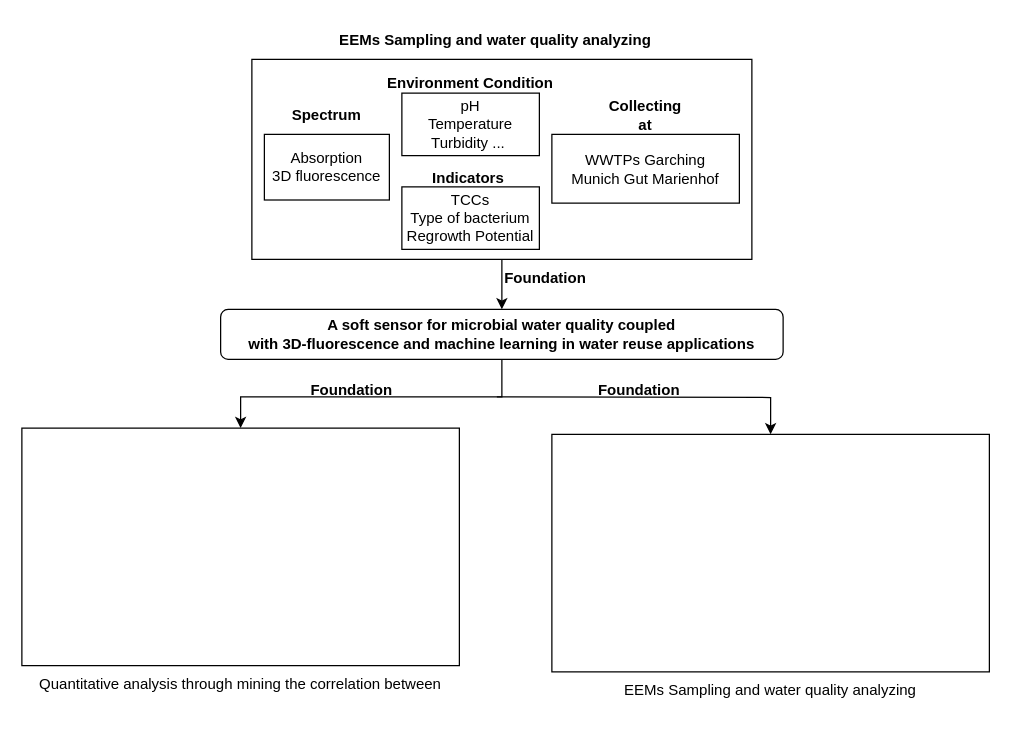
Before: research proposal/research outline.drawio in chbambooshoot/digram, a draw.io diagram. Source tidied: cells renumbered, new cells numbered last; positions are measured from the earlier drawing's top-left corner, leaving out a move shared by most shapes. Both pictures are drawn from the tidied source at 125%, with x=0, y=0 at pixel (21, 21).
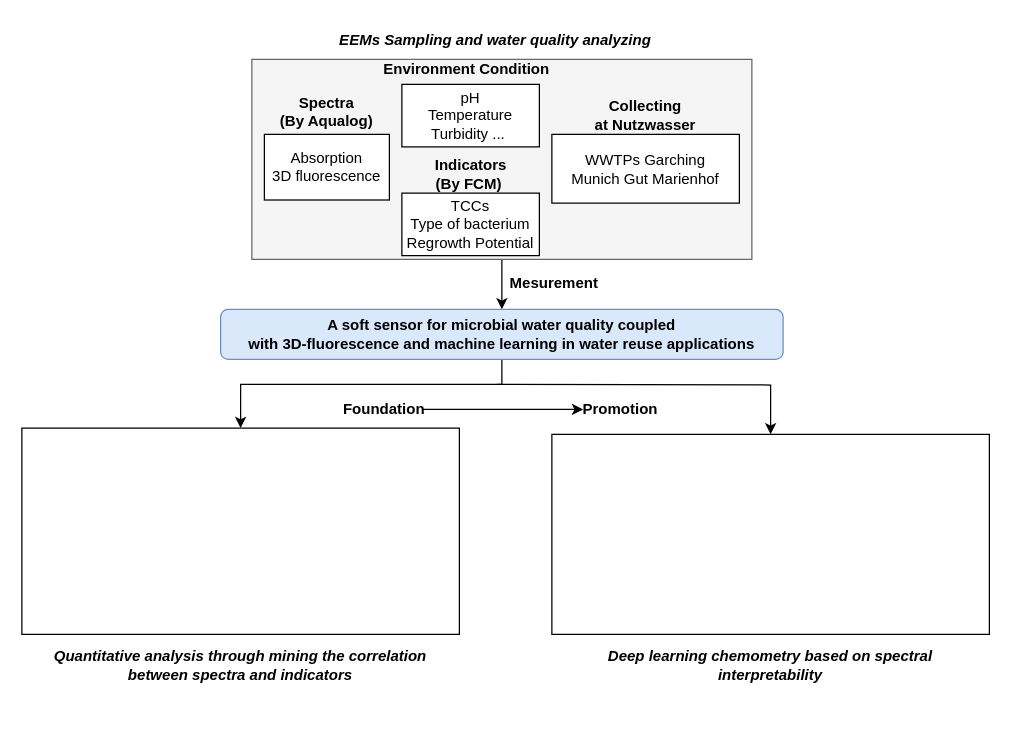
The same diagram, later.

Diff of the diagram source:
```diff
@@
-    <mxCell id="3" style="rounded=0;whiteSpace=wrap;html=1;" parent="1" vertex="1">
+    <mxCell id="3" style="rounded=0;whiteSpace=wrap;html=1;fillColor=#f5f5f5;fontColor=#333333;strokeColor=#666666;" parent="1" vertex="1">
       <mxGeometry x="184" y="30" width="400" height="160" as="geometry" />
     </mxCell>
@@
     <mxCell id="5" value="pH&lt;br&gt;Temperature&lt;br&gt;Turbidity ...&amp;nbsp;" style="rounded=0;whiteSpace=wrap;html=1;" parent="1" vertex="1">
-      <mxGeometry x="304" y="57" width="110" height="50" as="geometry" />
+      <mxGeometry x="304" y="50" width="110" height="50" as="geometry" />
     </mxCell>
@@
     <mxCell id="7" style="rounded=0;whiteSpace=wrap;html=1;" parent="1" vertex="1">
-      <mxGeometry y="325" width="350" height="190" as="geometry" />
+      <mxGeometry y="325" width="350" height="165" as="geometry" />
     </mxCell>
     <mxCell id="8" style="rounded=0;whiteSpace=wrap;html=1;" parent="1" vertex="1">
-      <mxGeometry x="424" y="330" width="350" height="190" as="geometry" />
+      <mxGeometry x="424" y="330" width="350" height="160" as="geometry" />
     </mxCell>
-    <mxCell id="9" value="Spectrum" style="text;html=1;strokeColor=none;fillColor=none;align=center;verticalAlign=middle;whiteSpace=wrap;rounded=0;fontStyle=1;" parent="1" vertex="1">
-      <mxGeometry x="214" y="60" width="60" height="30" as="geometry" />
+    <mxCell id="9" value="Spectra&lt;br&gt;(By Aqualog)&lt;br&gt;" style="text;html=1;strokeColor=none;fillColor=none;align=center;verticalAlign=middle;whiteSpace=wrap;rounded=0;fontStyle=1;" parent="1" vertex="1">
+      <mxGeometry x="204" y="57" width="80" height="30" as="geometry" />
     </mxCell>
-    <mxCell id="10" value="Indicators&amp;nbsp;" style="text;html=1;strokeColor=none;fillColor=none;align=center;verticalAlign=middle;whiteSpace=wrap;rounded=0;fontStyle=1;" parent="1" vertex="1">
-      <mxGeometry x="329" y="110" width="60" height="30" as="geometry" />
+    <mxCell id="10" value="Indicators&lt;br&gt;(By FCM)&amp;nbsp;" style="text;html=1;strokeColor=none;fillColor=none;align=center;verticalAlign=middle;whiteSpace=wrap;rounded=0;fontStyle=1;" parent="1" vertex="1">
+      <mxGeometry x="303.5" y="107" width="111" height="30" as="geometry" />
     </mxCell>
-    <mxCell id="11" value="EEMs&amp;nbsp;Sampling and water quality analyzing" style="text;html=1;strokeColor=none;fillColor=none;align=center;verticalAlign=middle;whiteSpace=wrap;rounded=0;fontStyle=1;" parent="1" vertex="1">
+    <mxCell id="11" value="EEMs&amp;nbsp;Sampling and water quality analyzing" style="text;html=1;strokeColor=none;fillColor=none;align=center;verticalAlign=middle;whiteSpace=wrap;rounded=0;fontStyle=3;" parent="1" vertex="1">
       <mxGeometry x="214" width="330" height="30" as="geometry" />
     </mxCell>
     <mxCell id="12" value="TCCs&lt;br&gt;Type of&amp;nbsp;bacterium&lt;br&gt;Regrowth Potential" style="rounded=0;whiteSpace=wrap;html=1;" parent="1" vertex="1">
-      <mxGeometry x="304" y="132" width="110" height="50" as="geometry" />
+      <mxGeometry x="304" y="137" width="110" height="50" as="geometry" />
     </mxCell>
-    <mxCell id="13" value="Collecting at" style="text;html=1;strokeColor=none;fillColor=none;align=center;verticalAlign=middle;whiteSpace=wrap;rounded=0;fontStyle=1;" parent="1" vertex="1">
-      <mxGeometry x="464" y="60" width="70" height="30" as="geometry" />
+    <mxCell id="13" value="Collecting at&amp;nbsp;&lt;b&gt;Nutzwasser&lt;/b&gt;" style="text;html=1;strokeColor=none;fillColor=none;align=center;verticalAlign=middle;whiteSpace=wrap;rounded=0;fontStyle=1;" parent="1" vertex="1">
+      <mxGeometry x="446" y="60" width="106" height="30" as="geometry" />
     </mxCell>
-    <mxCell id="14" value="Quantitative analysis through mining the correlation between" style="text;html=1;strokeColor=none;fillColor=none;align=center;verticalAlign=middle;whiteSpace=wrap;rounded=0;" parent="1" vertex="1">
-      <mxGeometry x="10" y="515" width="330" height="30" as="geometry" />
+    <mxCell id="14" value="Quantitative analysis through mining the correlation between spectra and indicators" style="text;html=1;strokeColor=none;fillColor=none;align=center;verticalAlign=middle;whiteSpace=wrap;rounded=0;fontStyle=3;" parent="1" vertex="1">
+      <mxGeometry x="10" y="500" width="330" height="30" as="geometry" />
     </mxCell>
-    <mxCell id="15" value="EEMs&amp;nbsp;Sampling and water quality analyzing" style="text;html=1;strokeColor=none;fillColor=none;align=center;verticalAlign=middle;whiteSpace=wrap;rounded=0;" parent="1" vertex="1">
-      <mxGeometry x="434" y="520" width="330" height="30" as="geometry" />
+    <mxCell id="15" value="&lt;div&gt;&lt;span&gt;Deep learning&amp;nbsp;&lt;/span&gt;&lt;span style=&quot;background-color: initial;&quot;&gt;chemometry based on spectral interpretability&lt;/span&gt;&lt;/div&gt;" style="text;html=1;strokeColor=none;fillColor=none;align=center;verticalAlign=middle;whiteSpace=wrap;rounded=0;fontStyle=3;" parent="1" vertex="1">
+      <mxGeometry x="431" y="499.5" width="336" height="30" as="geometry" />
     </mxCell>
-    <mxCell id="16" style="edgeStyle=orthogonalEdgeStyle;rounded=0;jettySize=auto;html=1;" parent="1" edge="1" source="17" target="7">
+    <mxCell id="16" style="edgeStyle=orthogonalEdgeStyle;rounded=0;jettySize=auto;html=1;entryX=0.5;entryY=0;entryDx=0;entryDy=0;" parent="1" edge="1" target="7">
       <mxGeometry relative="1" as="geometry">
+        <mxPoint x="384" y="260" as="sourcePoint" />
         <Array as="points">
-          <mxPoint x="384" y="300" />
-          <mxPoint x="175" y="300" />
+          <mxPoint x="384" y="290" />
+          <mxPoint x="175" y="290" />
         </Array>
       </mxGeometry>
     </mxCell>
-    <mxCell id="17" value="&lt;b&gt;A soft sensor for microbial water quality coupled&lt;br/&gt;with 3D-fluorescence and machine learning in water reuse applications&lt;/b&gt;" style="rounded=1;whiteSpace=wrap;html=1;" parent="1" vertex="1">
+    <mxCell id="17" value="&lt;b&gt;A soft sensor for microbial water quality coupled&lt;br/&gt;with 3D-fluorescence and machine learning in water reuse applications&lt;/b&gt;" style="rounded=1;whiteSpace=wrap;html=1;fillColor=#dae8fc;strokeColor=#6c8ebf;" parent="1" vertex="1">
       <mxGeometry x="159" y="230" width="450" height="40" as="geometry" />
     </mxCell>
     <mxCell id="18" style="edgeStyle=orthogonalEdgeStyle;rounded=0;jettySize=auto;html=1;entryX=0.5;entryY=0;entryDx=0;entryDy=0;" parent="1" edge="1" target="8">
       <mxGeometry relative="1" as="geometry">
-        <mxPoint x="380" y="300" as="sourcePoint" />
+        <mxPoint x="380" y="290" as="sourcePoint" />
       </mxGeometry>
     </mxCell>
-    <mxCell id="19" value="Foundation" style="text;html=1;strokeColor=none;fillColor=none;align=center;verticalAlign=middle;whiteSpace=wrap;rounded=0;fontStyle=1;" parent="1" vertex="1">
-      <mxGeometry x="389" y="190" width="60" height="30" as="geometry" />
+    <mxCell id="19" value="Mesurement" style="text;html=1;strokeColor=none;fillColor=none;align=center;verticalAlign=middle;whiteSpace=wrap;rounded=0;fontStyle=1;" parent="1" vertex="1">
+      <mxGeometry x="396" y="194" width="60" height="30" as="geometry" />
     </mxCell>
     <mxCell id="20" value="Foundation" style="text;html=1;strokeColor=none;fillColor=none;align=center;verticalAlign=middle;whiteSpace=wrap;rounded=0;fontStyle=1;" parent="1" vertex="1">
-      <mxGeometry x="234" y="280" width="60" height="30" as="geometry" />
+      <mxGeometry x="260" y="295" width="60" height="30" as="geometry" />
     </mxCell>
-    <mxCell id="21" value="Foundation" style="text;html=1;strokeColor=none;fillColor=none;align=center;verticalAlign=middle;whiteSpace=wrap;rounded=0;fontStyle=1;" parent="1" vertex="1">
-      <mxGeometry x="464" y="280" width="60" height="30" as="geometry" />
+    <mxCell id="21" value="Promotion" style="text;html=1;strokeColor=none;fillColor=none;align=center;verticalAlign=middle;whiteSpace=wrap;rounded=0;fontStyle=1;" parent="1" vertex="1">
+      <mxGeometry x="449" y="295" width="60" height="30" as="geometry" />
     </mxCell>
     <mxCell id="22" value="Environment Condition" style="text;html=1;strokeColor=none;fillColor=none;align=center;verticalAlign=middle;whiteSpace=wrap;rounded=0;fontStyle=1;" parent="1" vertex="1">
-      <mxGeometry x="291" y="34" width="136" height="30" as="geometry" />
+      <mxGeometry x="288" y="23" width="136" height="30" as="geometry" />
     </mxCell>
+    <mxCell id="23" style="endArrow=classic;html=1;rounded=0;entryX=0;entryY=0.5;entryDx=0;entryDy=0;exitX=1;exitY=0.5;exitDx=0;exitDy=0;" parent="1" edge="1" source="20" target="21">
+      <mxGeometry relative="1" as="geometry" />
+    </mxCell>
```
